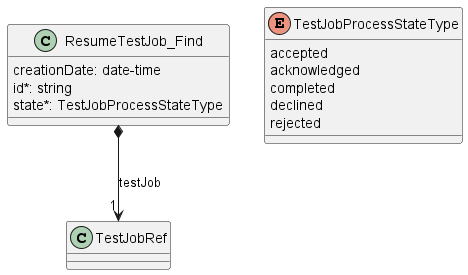
The PlantUML diagram documentation/serviceApi/sft/serviceTest/media/useCase20Model.png in MEF-GIT/MEF-LSO-Legato-SDK, before a commit. Its diagram source:
```plantuml
@startuml useCase20Model

class ResumeTestJob_Find {

    creationDate: date-time
    id*: string
    state*: TestJobProcessStateType
}

ResumeTestJob_Find *-->"1" TestJobRef : testJob

enum TestJobProcessStateType {

    accepted
    acknowledged
    completed
    declined
    rejected
}

@enduml
```
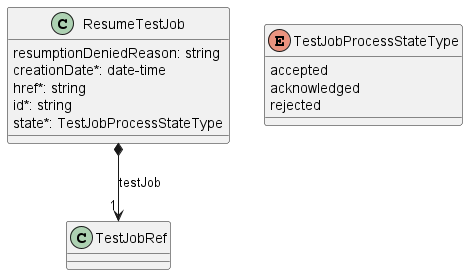
The same file after the commit.

What changed in the source:
```diff
@@ -1,20 +1,20 @@
 @startuml useCase20Model
 
-class ResumeTestJob_Find {
+class ResumeTestJob {
 
-    creationDate: date-time
+    resumptionDeniedReason: string
+    creationDate*: date-time
+    href*: string
     id*: string
     state*: TestJobProcessStateType
 }
 
-ResumeTestJob_Find *-->"1" TestJobRef : testJob
+ResumeTestJob *-->"1" TestJobRef : testJob
 
 enum TestJobProcessStateType {
 
     accepted
     acknowledged
-    completed
-    declined
     rejected
 }
 
```
